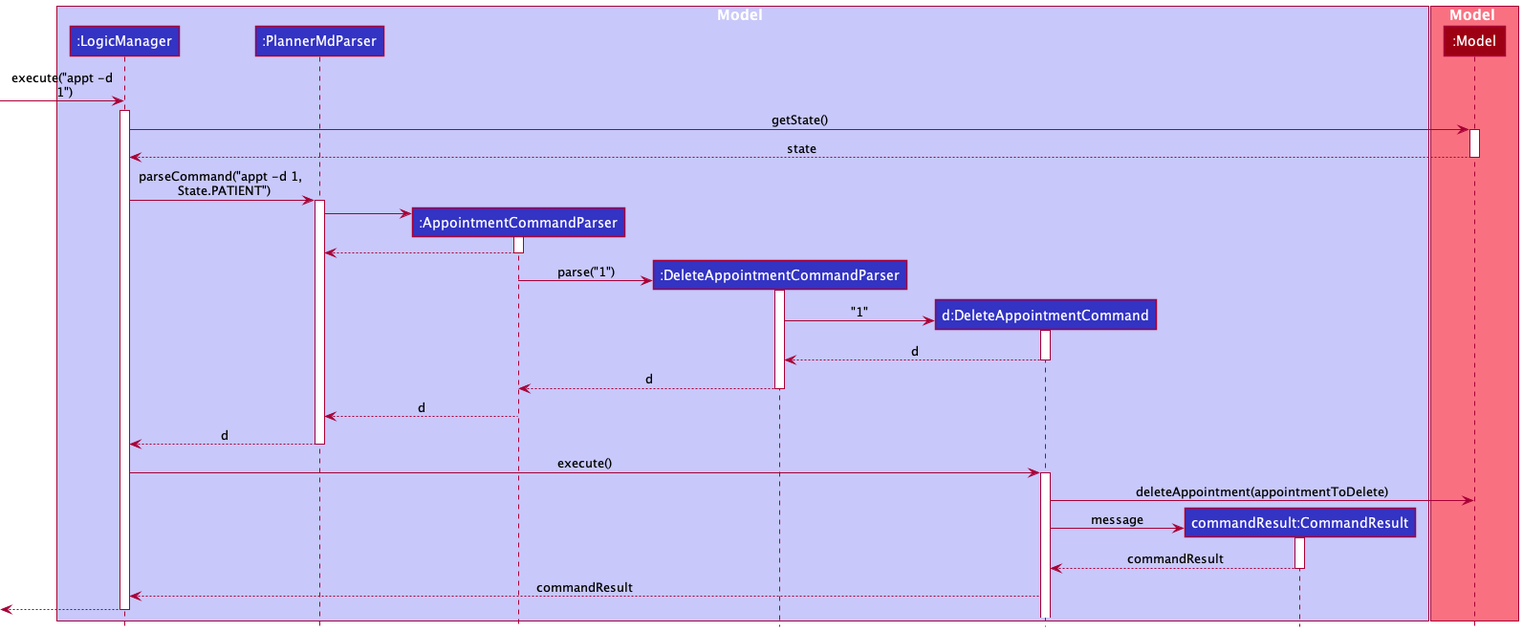
nus-cs2103-AY2122S1/tp keeps this PlantUML diagram as docs/images/DeleteAppointmentSequenceDiagram.png. Above is the earlier version.
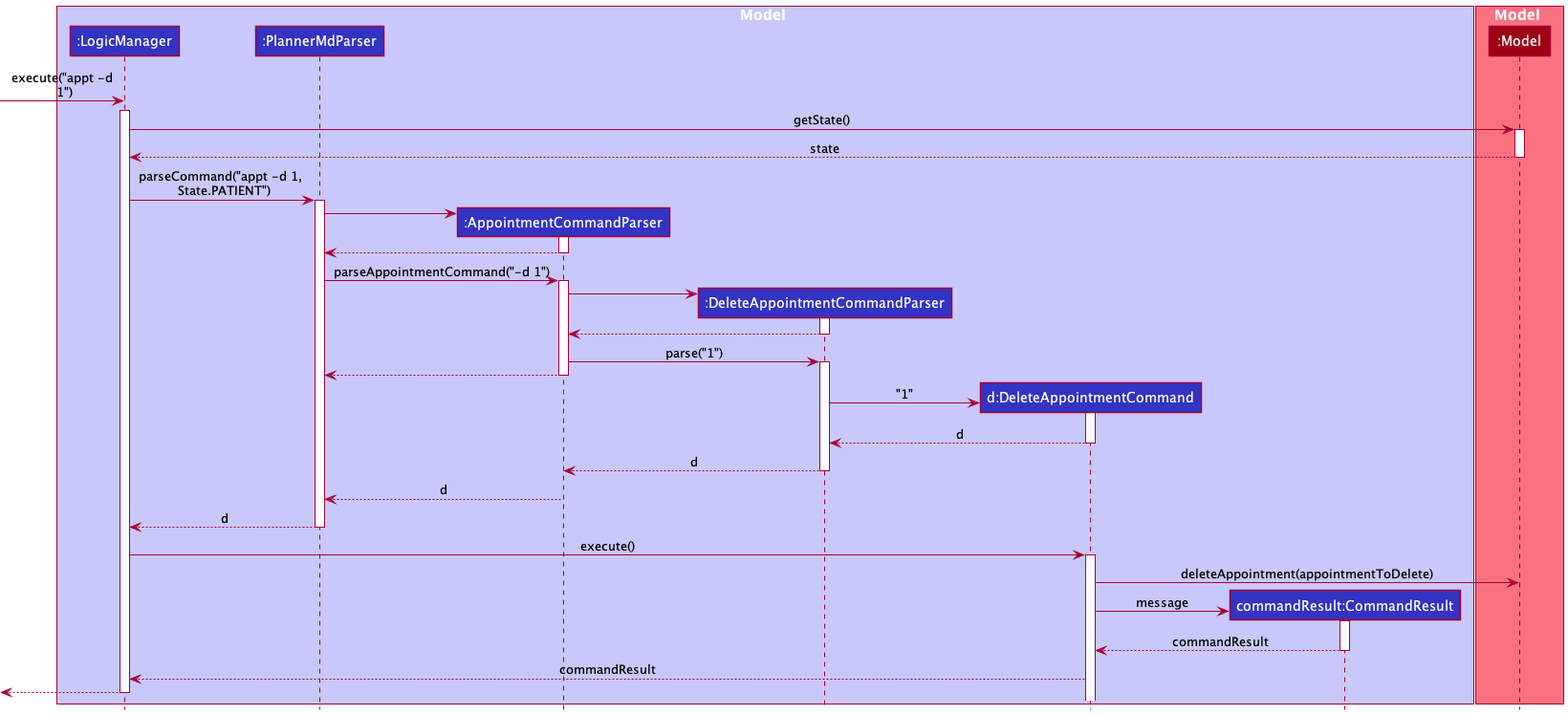
The same diagram one commit later.

Commit message:
Fix delete appointment diagram

What changed in the source:
```diff
@@ -35,14 +35,26 @@
 AppointmentCommandParser --> PlannerMdParser
 deactivate AppointmentCommandParser
 
+PlannerMdParser -> AppointmentCommandParser : parseAppointmentCommand("-d 1")
+activate AppointmentCommandParser
+
+
 create DeleteAppointmentCommandParser
+AppointmentCommandParser -> DeleteAppointmentCommandParser
+activate DeleteAppointmentCommandParser
+DeleteAppointmentCommandParser --> AppointmentCommandParser
+deactivate
+
 AppointmentCommandParser -> DeleteAppointmentCommandParser : parse("1")
 activate DeleteAppointmentCommandParser
+
+
+AppointmentCommandParser --> PlannerMdParser
+deactivate AppointmentCommandParser
 
 create DeleteAppointmentCommand
 DeleteAppointmentCommandParser -> DeleteAppointmentCommand : "1"
 activate DeleteAppointmentCommand
-
 
 DeleteAppointmentCommandParser<--DeleteAppointmentCommand : d
 deactivate DeleteAppointmentCommand
```
